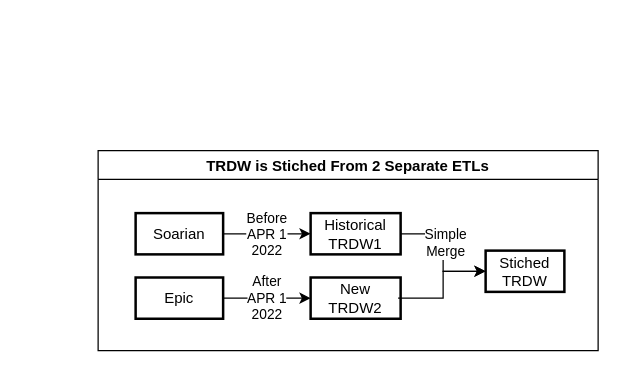
clarkevans/diagrams keeps this draw.io diagram as stiched.drawio. Above is the earlier version. Source tidied: cells renumbered, new cells numbered last; positions are measured from the earlier drawing's top-left corner, leaving out a move shared by most shapes. Both pictures are drawn from the tidied source at 125%, with x=0, y=0 at pixel (98, 150).
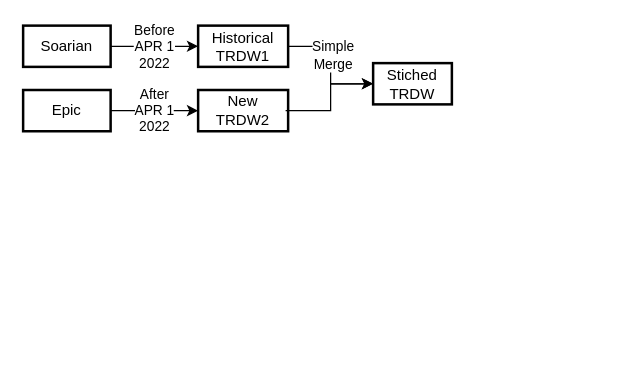
The same page after the edit.

Diff of the diagram source:
```diff
@@
 <mxGraphModel>
   <root>
     <mxCell id="0" />
     <mxCell id="1" parent="0" />
-    <mxCell id="2" value="TRDW is Stiched From 2 Separate ETLs" style="swimlane;" parent="1" vertex="1">
-      <mxGeometry width="400" height="160" as="geometry" />
-    </mxCell>
-    <mxCell id="3" value="Historical&#10;TRDW1" style="whiteSpace=wrap;strokeWidth=2;" parent="2" vertex="1">
-      <mxGeometry x="170" y="50" width="72" height="33" as="geometry" />
+    <mxCell id="3" value="Historical&#10;TRDW1" style="whiteSpace=wrap;strokeWidth=2;" parent="1" vertex="1">
+      <mxGeometry x="80" y="-100" width="72" height="33" as="geometry" />
     </mxCell>
-    <mxCell id="4" value="Before&lt;br&gt;APR 1&lt;br&gt;2022" style="edgeStyle=orthogonalEdgeStyle;rounded=0;jettySize=auto;html=1;exitX=1;exitY=0.5;exitDx=0;exitDy=0;" parent="2" edge="1" source="5" target="3">
+    <mxCell id="4" value="Before&lt;br&gt;APR 1&lt;br&gt;2022" style="edgeStyle=orthogonalEdgeStyle;rounded=0;jettySize=auto;html=1;exitX=1;exitY=0.5;exitDx=0;exitDy=0;" parent="1" edge="1" source="5" target="3">
       <mxGeometry relative="1" as="geometry" />
     </mxCell>
-    <mxCell id="5" value="Soarian" style="whiteSpace=wrap;strokeWidth=2;" parent="2" vertex="1">
-      <mxGeometry x="30" y="50" width="70" height="33" as="geometry" />
+    <mxCell id="5" value="Soarian" style="whiteSpace=wrap;strokeWidth=2;" parent="1" vertex="1">
+      <mxGeometry x="-60" y="-100" width="70" height="33" as="geometry" />
     </mxCell>
-    <mxCell id="6" value="Stiched&#10;TRDW" style="whiteSpace=wrap;strokeWidth=2;" parent="2" vertex="1">
-      <mxGeometry x="310" y="80" width="63" height="33" as="geometry" />
+    <mxCell id="6" value="Stiched&#10;TRDW" style="whiteSpace=wrap;strokeWidth=2;" parent="1" vertex="1">
+      <mxGeometry x="220" y="-70" width="63" height="33" as="geometry" />
     </mxCell>
-    <mxCell id="7" value="After&lt;br&gt;&lt;div&gt;APR 1&lt;/div&gt;&lt;div&gt;2022&lt;br&gt;&lt;/div&gt;" style="edgeStyle=orthogonalEdgeStyle;rounded=0;jettySize=auto;html=1;exitX=1;exitY=0.5;exitDx=0;exitDy=0;" parent="2" edge="1" source="8" target="9">
+    <mxCell id="7" value="After&lt;br&gt;&lt;div&gt;APR 1&lt;/div&gt;&lt;div&gt;2022&lt;br&gt;&lt;/div&gt;" style="edgeStyle=orthogonalEdgeStyle;rounded=0;jettySize=auto;html=1;exitX=1;exitY=0.5;exitDx=0;exitDy=0;" parent="1" edge="1" source="8" target="9">
       <mxGeometry relative="1" as="geometry" />
     </mxCell>
-    <mxCell id="8" value="Epic" style="whiteSpace=wrap;strokeWidth=2;" parent="2" vertex="1">
-      <mxGeometry x="30" y="101.5" width="70" height="33" as="geometry" />
+    <mxCell id="8" value="Epic" style="whiteSpace=wrap;strokeWidth=2;" parent="1" vertex="1">
+      <mxGeometry x="-60" y="-48.5" width="70" height="33" as="geometry" />
     </mxCell>
-    <mxCell id="9" value="New&#10;TRDW2" style="whiteSpace=wrap;strokeWidth=2;" parent="2" vertex="1">
-      <mxGeometry x="170" y="101.5" width="72" height="33" as="geometry" />
+    <mxCell id="9" value="New&#10;TRDW2" style="whiteSpace=wrap;strokeWidth=2;" parent="1" vertex="1">
+      <mxGeometry x="80" y="-48.5" width="72" height="33" as="geometry" />
     </mxCell>
-    <mxCell id="10" style="edgeStyle=orthogonalEdgeStyle;rounded=0;jettySize=auto;html=1;exitX=0.972;exitY=0.5;exitDx=0;exitDy=0;entryX=0;entryY=0.5;entryDx=0;entryDy=0;exitPerimeter=0;" parent="2" edge="1" source="9" target="6">
+    <mxCell id="10" style="edgeStyle=orthogonalEdgeStyle;rounded=0;jettySize=auto;html=1;exitX=0.972;exitY=0.5;exitDx=0;exitDy=0;entryX=0;entryY=0.5;entryDx=0;entryDy=0;exitPerimeter=0;" parent="1" edge="1" source="9" target="6">
       <mxGeometry relative="1" as="geometry" />
     </mxCell>
-    <mxCell id="11" style="edgeStyle=orthogonalEdgeStyle;rounded=0;jettySize=auto;html=1;exitX=1;exitY=0.5;exitDx=0;exitDy=0;entryX=0;entryY=0.5;entryDx=0;entryDy=0;" parent="2" edge="1" source="3" target="6">
+    <mxCell id="11" style="edgeStyle=orthogonalEdgeStyle;rounded=0;jettySize=auto;html=1;exitX=1;exitY=0.5;exitDx=0;exitDy=0;entryX=0;entryY=0.5;entryDx=0;entryDy=0;" parent="1" edge="1" source="3" target="6">
       <mxGeometry relative="1" as="geometry" />
     </mxCell>
     <mxCell id="12" value="Simple&lt;br&gt;Merge" style="edgeLabel;html=1;align=center;verticalAlign=middle;" parent="11" vertex="1">
       <mxGeometry x="-0.19" y="1" relative="1" as="geometry">
         <mxPoint y="1" as="offset" />
       </mxGeometry>
     </mxCell>
   </root>
 </mxGraphModel>
```
